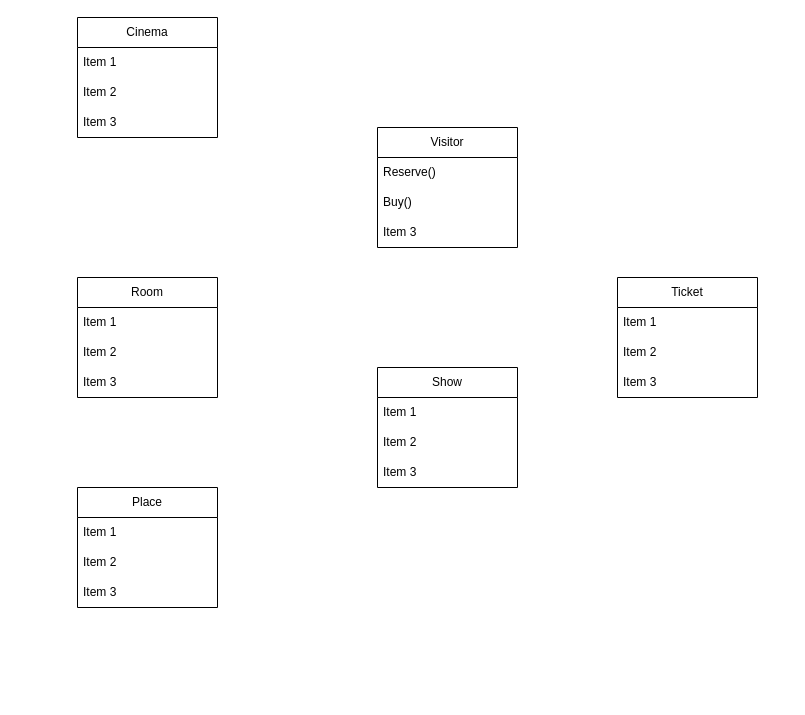
hitchhiker1986/OEP_bigFinalHomeWork keeps this draw.io diagram as Untitled Diagram.drawio. Above is the earlier version. Source tidied: cells renumbered, new cells numbered last; positions are measured from the earlier drawing's top-left corner, leaving out a move shared by most shapes. Both pictures are drawn from the tidied source at 100%, with x=0, y=0 at pixel (77, 17).
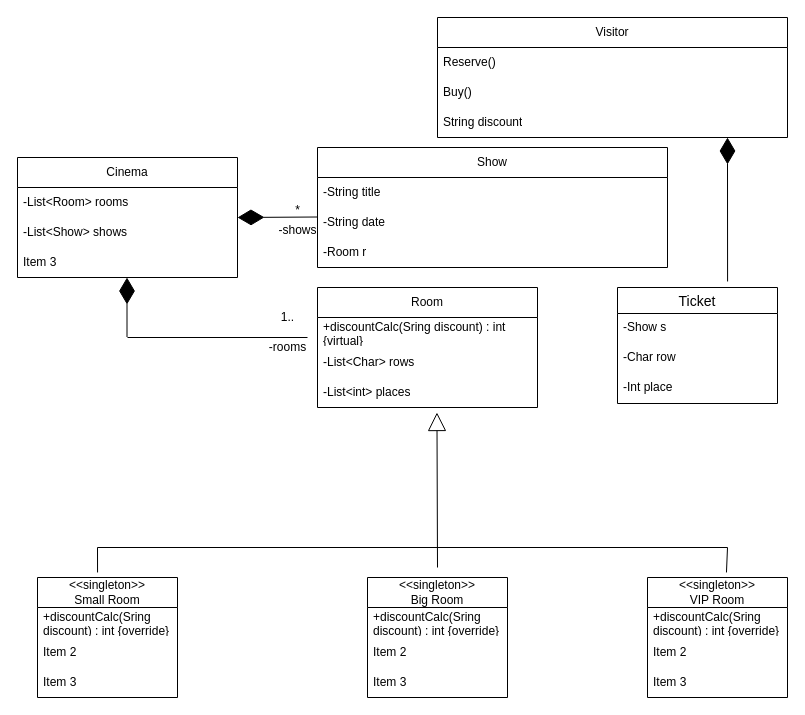
The same page after the edit.

Change to the diagram source:
```diff
@@
-    <mxCell id="2" value="Place" style="swimlane;fontStyle=0;horizontal=1;startSize=30;whiteSpace=wrap;html=1;" parent="1" vertex="1">
-      <mxGeometry y="470" width="140" height="120" as="geometry" />
-    </mxCell>
-    <mxCell id="3" value="Item 1" style="text;strokeColor=none;fillColor=none;align=left;verticalAlign=middle;spacingLeft=4;spacingRight=4;overflow=hidden;whiteSpace=wrap;html=1;" parent="2" vertex="1">
-      <mxGeometry y="30" width="140" height="30" as="geometry" />
-    </mxCell>
-    <mxCell id="4" value="Item 2" style="text;strokeColor=none;fillColor=none;align=left;verticalAlign=middle;spacingLeft=4;spacingRight=4;overflow=hidden;whiteSpace=wrap;html=1;" parent="2" vertex="1">
-      <mxGeometry y="60" width="140" height="30" as="geometry" />
-    </mxCell>
-    <mxCell id="5" value="Item 3" style="text;strokeColor=none;fillColor=none;align=left;verticalAlign=middle;spacingLeft=4;spacingRight=4;overflow=hidden;whiteSpace=wrap;html=1;" parent="2" vertex="1">
-      <mxGeometry y="90" width="140" height="30" as="geometry" />
-    </mxCell>
     <mxCell id="6" value="&lt;div&gt;Room&lt;/div&gt;" style="swimlane;fontStyle=0;horizontal=1;startSize=30;whiteSpace=wrap;html=1;" parent="1" vertex="1">
-      <mxGeometry y="260" width="140" height="120" as="geometry" />
+      <mxGeometry x="240" y="270" width="220" height="120" as="geometry" />
     </mxCell>
-    <mxCell id="7" value="Item 1" style="text;strokeColor=none;fillColor=none;align=left;verticalAlign=middle;spacingLeft=4;spacingRight=4;overflow=hidden;whiteSpace=wrap;html=1;" parent="6" vertex="1">
-      <mxGeometry y="30" width="140" height="30" as="geometry" />
+    <mxCell id="7" value="+discountCalc(Sring discount) : int {virtual}" style="text;strokeColor=none;fillColor=none;align=left;verticalAlign=middle;spacingLeft=4;spacingRight=4;overflow=hidden;whiteSpace=wrap;html=1;" parent="6" vertex="1">
+      <mxGeometry y="30" width="220" height="30" as="geometry" />
     </mxCell>
+    <mxCell id="26" style="endArrow=none;html=1;rounded=0;" parent="6" edge="1">
+      <mxGeometry relative="1" as="geometry">
+        <mxPoint x="-190" y="50" as="sourcePoint" />
+        <mxPoint x="-10" y="50" as="targetPoint" />
+      </mxGeometry>
+    </mxCell>
-    <mxCell id="8" value="Item 2" style="text;strokeColor=none;fillColor=none;align=left;verticalAlign=middle;spacingLeft=4;spacingRight=4;overflow=hidden;whiteSpace=wrap;html=1;" parent="6" vertex="1">
-      <mxGeometry y="60" width="140" height="30" as="geometry" />
+    <mxCell id="8" value="-List&amp;lt;Char&amp;gt; rows" style="text;strokeColor=none;fillColor=none;align=left;verticalAlign=middle;spacingLeft=4;spacingRight=4;overflow=hidden;whiteSpace=wrap;html=1;" parent="6" vertex="1">
+      <mxGeometry y="60" width="220" height="30" as="geometry" />
     </mxCell>
-    <mxCell id="9" value="Item 3" style="text;strokeColor=none;fillColor=none;align=left;verticalAlign=middle;spacingLeft=4;spacingRight=4;overflow=hidden;points=[[0,0.5],[1,0.5]];portConstraint=eastwest;whiteSpace=wrap;html=1;" parent="6" vertex="1">
-      <mxGeometry y="90" width="140" height="30" as="geometry" />
+    <mxCell id="9" value="-List&amp;lt;int&amp;gt; places" style="text;strokeColor=none;fillColor=none;align=left;verticalAlign=middle;spacingLeft=4;spacingRight=4;overflow=hidden;points=[[0,0.5],[1,0.5]];portConstraint=eastwest;whiteSpace=wrap;html=1;" parent="6" vertex="1">
+      <mxGeometry y="90" width="220" height="30" as="geometry" />
     </mxCell>
     <mxCell id="10" value="Visitor" style="swimlane;fontStyle=0;horizontal=1;startSize=30;whiteSpace=wrap;html=1;" parent="1" vertex="1">
-      <mxGeometry x="300" y="110" width="140" height="120" as="geometry" />
+      <mxGeometry x="360" width="350" height="120" as="geometry" />
     </mxCell>
     <mxCell id="11" value="Reserve()" style="text;strokeColor=none;fillColor=none;align=left;verticalAlign=middle;spacingLeft=4;spacingRight=4;overflow=hidden;whiteSpace=wrap;html=1;" parent="10" vertex="1">
-      <mxGeometry y="30" width="140" height="30" as="geometry" />
+      <mxGeometry y="30" width="350" height="30" as="geometry" />
     </mxCell>
     <mxCell id="12" value="Buy()" style="text;strokeColor=none;fillColor=none;align=left;verticalAlign=middle;spacingLeft=4;spacingRight=4;overflow=hidden;whiteSpace=wrap;html=1;" parent="10" vertex="1">
-      <mxGeometry y="60" width="140" height="30" as="geometry" />
+      <mxGeometry y="60" width="350" height="30" as="geometry" />
     </mxCell>
-    <mxCell id="13" value="Item 3" style="text;strokeColor=none;fillColor=none;align=left;verticalAlign=middle;spacingLeft=4;spacingRight=4;overflow=hidden;whiteSpace=wrap;html=1;" parent="10" vertex="1">
-      <mxGeometry y="90" width="140" height="30" as="geometry" />
+    <mxCell id="13" value="String discount" style="text;strokeColor=none;fillColor=none;align=left;verticalAlign=middle;spacingLeft=4;spacingRight=4;overflow=hidden;whiteSpace=wrap;html=1;" parent="10" vertex="1">
+      <mxGeometry y="90" width="350" height="30" as="geometry" />
     </mxCell>
-    <mxCell id="14" value="Ticket" style="swimlane;fontStyle=0;horizontal=1;startSize=30;whiteSpace=wrap;html=1;" parent="1" vertex="1">
-      <mxGeometry x="540" y="260" width="140" height="120" as="geometry" />
-    </mxCell>
-    <mxCell id="15" value="Item 1" style="text;strokeColor=none;fillColor=none;align=left;verticalAlign=middle;spacingLeft=4;spacingRight=4;overflow=hidden;whiteSpace=wrap;html=1;" parent="14" vertex="1">
-      <mxGeometry y="30" width="140" height="30" as="geometry" />
-    </mxCell>
-    <mxCell id="16" value="Item 2" style="text;strokeColor=none;fillColor=none;align=left;verticalAlign=middle;spacingLeft=4;spacingRight=4;overflow=hidden;whiteSpace=wrap;html=1;" parent="14" vertex="1">
-      <mxGeometry y="60" width="140" height="30" as="geometry" />
-    </mxCell>
-    <mxCell id="17" value="Item 3" style="text;strokeColor=none;fillColor=none;align=left;verticalAlign=middle;spacingLeft=4;spacingRight=4;overflow=hidden;whiteSpace=wrap;html=1;" parent="14" vertex="1">
-      <mxGeometry y="90" width="140" height="30" as="geometry" />
-    </mxCell>
     <mxCell id="18" value="Cinema" style="swimlane;fontStyle=0;horizontal=1;startSize=30;whiteSpace=wrap;html=1;" parent="1" vertex="1">
-      <mxGeometry width="140" height="120" as="geometry" />
+      <mxGeometry x="-60" y="140" width="220" height="120" as="geometry" />
     </mxCell>
-    <mxCell id="19" value="Item 1" style="text;strokeColor=none;fillColor=none;align=left;verticalAlign=middle;spacingLeft=4;spacingRight=4;overflow=hidden;whiteSpace=wrap;html=1;" parent="18" vertex="1">
-      <mxGeometry y="30" width="140" height="30" as="geometry" />
+    <mxCell id="19" value="-List&amp;lt;Room&amp;gt; rooms" style="text;strokeColor=none;fillColor=none;align=left;verticalAlign=middle;spacingLeft=4;spacingRight=4;overflow=hidden;whiteSpace=wrap;html=1;" parent="18" vertex="1">
+      <mxGeometry y="30" width="220" height="30" as="geometry" />
     </mxCell>
-    <mxCell id="20" value="Item 2" style="text;strokeColor=none;fillColor=none;align=left;verticalAlign=middle;spacingLeft=4;spacingRight=4;overflow=hidden;whiteSpace=wrap;html=1;" parent="18" vertex="1">
-      <mxGeometry y="60" width="140" height="30" as="geometry" />
+    <mxCell id="20" value="-List&amp;lt;Show&amp;gt; shows" style="text;strokeColor=none;fillColor=none;align=left;verticalAlign=middle;spacingLeft=4;spacingRight=4;overflow=hidden;whiteSpace=wrap;html=1;" parent="18" vertex="1">
+      <mxGeometry y="60" width="220" height="30" as="geometry" />
     </mxCell>
     <mxCell id="21" value="Item 3" style="text;strokeColor=none;fillColor=none;align=left;verticalAlign=middle;spacingLeft=4;spacingRight=4;overflow=hidden;whiteSpace=wrap;html=1;" parent="18" vertex="1">
-      <mxGeometry y="90" width="140" height="30" as="geometry" />
+      <mxGeometry y="90" width="220" height="30" as="geometry" />
     </mxCell>
     <mxCell id="22" value="Show" style="swimlane;fontStyle=0;horizontal=1;startSize=30;whiteSpace=wrap;html=1;" parent="1" vertex="1">
-      <mxGeometry x="300" y="350" width="140" height="120" as="geometry" />
+      <mxGeometry x="240" y="130" width="350" height="120" as="geometry" />
     </mxCell>
-    <mxCell id="23" value="Item 1" style="text;strokeColor=none;fillColor=none;align=left;verticalAlign=middle;spacingLeft=4;spacingRight=4;overflow=hidden;whiteSpace=wrap;html=1;" parent="22" vertex="1">
-      <mxGeometry y="30" width="140" height="30" as="geometry" />
+    <mxCell id="23" value="-String title" style="text;strokeColor=none;fillColor=none;align=left;verticalAlign=middle;spacingLeft=4;spacingRight=4;overflow=hidden;whiteSpace=wrap;html=1;" parent="22" vertex="1">
+      <mxGeometry y="30" width="350" height="30" as="geometry" />
     </mxCell>
-    <mxCell id="24" value="Item 2" style="text;strokeColor=none;fillColor=none;align=left;verticalAlign=middle;spacingLeft=4;spacingRight=4;overflow=hidden;whiteSpace=wrap;html=1;" parent="22" vertex="1">
-      <mxGeometry y="60" width="140" height="30" as="geometry" />
+    <mxCell id="24" value="-String date" style="text;strokeColor=none;fillColor=none;align=left;verticalAlign=middle;spacingLeft=4;spacingRight=4;overflow=hidden;whiteSpace=wrap;html=1;" parent="22" vertex="1">
+      <mxGeometry y="60" width="350" height="30" as="geometry" />
     </mxCell>
-    <mxCell id="25" value="Item 3" style="text;strokeColor=none;fillColor=none;align=left;verticalAlign=middle;spacingLeft=4;spacingRight=4;overflow=hidden;whiteSpace=wrap;html=1;" parent="22" vertex="1">
-      <mxGeometry y="90" width="140" height="30" as="geometry" />
+    <mxCell id="25" value="-Room r" style="text;strokeColor=none;fillColor=none;align=left;verticalAlign=middle;spacingLeft=4;spacingRight=4;overflow=hidden;whiteSpace=wrap;html=1;" parent="22" vertex="1">
+      <mxGeometry y="90" width="350" height="30" as="geometry" />
     </mxCell>
+    <mxCell id="27" value="&amp;lt;&amp;lt;singleton&amp;gt;&amp;gt;&lt;br&gt;&lt;div&gt;Small Room&lt;/div&gt;" style="swimlane;fontStyle=0;horizontal=1;startSize=30;whiteSpace=wrap;html=1;" parent="1" vertex="1">
+      <mxGeometry x="-40" y="560" width="140" height="120" as="geometry" />
+    </mxCell>
+    <mxCell id="28" value="+discountCalc(Sring discount) : int {override}" style="text;strokeColor=none;fillColor=none;align=left;verticalAlign=middle;spacingLeft=4;spacingRight=4;overflow=hidden;whiteSpace=wrap;html=1;" parent="27" vertex="1">
+      <mxGeometry y="30" width="140" height="30" as="geometry" />
+    </mxCell>
+    <mxCell id="29" value="Item 2" style="text;strokeColor=none;fillColor=none;align=left;verticalAlign=middle;spacingLeft=4;spacingRight=4;overflow=hidden;whiteSpace=wrap;html=1;" parent="27" vertex="1">
+      <mxGeometry y="60" width="140" height="30" as="geometry" />
+    </mxCell>
+    <mxCell id="30" value="Item 3" style="text;strokeColor=none;fillColor=none;align=left;verticalAlign=middle;spacingLeft=4;spacingRight=4;overflow=hidden;whiteSpace=wrap;html=1;" parent="27" vertex="1">
+      <mxGeometry y="90" width="140" height="30" as="geometry" />
+    </mxCell>
+    <mxCell id="31" value="&lt;div&gt;&amp;lt;&amp;lt;singleton&amp;gt;&amp;gt;&lt;/div&gt;&lt;div&gt;Big Room&lt;/div&gt;" style="swimlane;fontStyle=0;horizontal=1;startSize=30;whiteSpace=wrap;html=1;" parent="1" vertex="1">
+      <mxGeometry x="290" y="560" width="140" height="120" as="geometry" />
+    </mxCell>
+    <mxCell id="32" value="+discountCalc(Sring discount) : int {override}" style="text;strokeColor=none;fillColor=none;align=left;verticalAlign=middle;spacingLeft=4;spacingRight=4;overflow=hidden;whiteSpace=wrap;html=1;" parent="31" vertex="1">
+      <mxGeometry y="30" width="140" height="30" as="geometry" />
+    </mxCell>
+    <mxCell id="33" value="Item 2" style="text;strokeColor=none;fillColor=none;align=left;verticalAlign=middle;spacingLeft=4;spacingRight=4;overflow=hidden;whiteSpace=wrap;html=1;" parent="31" vertex="1">
+      <mxGeometry y="60" width="140" height="30" as="geometry" />
+    </mxCell>
+    <mxCell id="34" value="Item 3" style="text;strokeColor=none;fillColor=none;align=left;verticalAlign=middle;spacingLeft=4;spacingRight=4;overflow=hidden;whiteSpace=wrap;html=1;" parent="31" vertex="1">
+      <mxGeometry y="90" width="140" height="30" as="geometry" />
+    </mxCell>
+    <mxCell id="35" value="&amp;lt;&amp;lt;singleton&amp;gt;&amp;gt;&lt;div&gt;VIP Room&lt;/div&gt;" style="swimlane;fontStyle=0;horizontal=1;startSize=30;whiteSpace=wrap;html=1;" parent="1" vertex="1">
+      <mxGeometry x="570" y="560" width="140" height="120" as="geometry" />
+    </mxCell>
+    <mxCell id="36" value="+discountCalc(Sring discount) : int {override}" style="text;strokeColor=none;fillColor=none;align=left;verticalAlign=middle;spacingLeft=4;spacingRight=4;overflow=hidden;whiteSpace=wrap;html=1;" parent="35" vertex="1">
+      <mxGeometry y="30" width="140" height="30" as="geometry" />
+    </mxCell>
+    <mxCell id="37" value="Item 2" style="text;strokeColor=none;fillColor=none;align=left;verticalAlign=middle;spacingLeft=4;spacingRight=4;overflow=hidden;whiteSpace=wrap;html=1;" parent="35" vertex="1">
+      <mxGeometry y="60" width="140" height="30" as="geometry" />
+    </mxCell>
+    <mxCell id="38" value="Item 3" style="text;strokeColor=none;fillColor=none;align=left;verticalAlign=middle;spacingLeft=4;spacingRight=4;overflow=hidden;whiteSpace=wrap;html=1;" parent="35" vertex="1">
+      <mxGeometry y="90" width="140" height="30" as="geometry" />
+    </mxCell>
+    <mxCell id="39" style="endArrow=block;endSize=16;endFill=0;html=1;rounded=0;entryX=0.543;entryY=1.167;entryDx=0;entryDy=0;entryPerimeter=0;" parent="1" edge="1" target="9">
+      <mxGeometry relative="1" as="geometry">
+        <mxPoint x="360" y="550" as="sourcePoint" />
+      </mxGeometry>
+    </mxCell>
+    <mxCell id="40" style="endArrow=none;html=1;rounded=0;" parent="1" edge="1">
+      <mxGeometry relative="1" as="geometry">
+        <mxPoint x="20" y="530" as="sourcePoint" />
+        <mxPoint x="650" y="530" as="targetPoint" />
+      </mxGeometry>
+    </mxCell>
+    <mxCell id="41" style="endArrow=none;html=1;rounded=0;exitX=0.429;exitY=-0.042;exitDx=0;exitDy=0;exitPerimeter=0;" parent="1" edge="1" source="27">
+      <mxGeometry relative="1" as="geometry">
+        <mxPoint x="20" y="530" as="targetPoint" />
+      </mxGeometry>
+    </mxCell>
+    <mxCell id="42" style="endArrow=none;html=1;rounded=0;entryX=0.564;entryY=-0.042;entryDx=0;entryDy=0;entryPerimeter=0;" parent="1" edge="1" target="35">
+      <mxGeometry relative="1" as="geometry">
+        <mxPoint x="650" y="530" as="sourcePoint" />
+      </mxGeometry>
+    </mxCell>
+    <mxCell id="43" style="endArrow=diamondThin;endFill=1;endSize=24;html=1;rounded=0;" parent="1" edge="1">
+      <mxGeometry relative="1" as="geometry">
+        <mxPoint x="240" y="199.5" as="sourcePoint" />
+        <mxPoint x="160" y="200" as="targetPoint" />
+      </mxGeometry>
+    </mxCell>
+    <mxCell id="44" style="endArrow=diamondThin;endFill=1;endSize=24;html=1;rounded=0;" parent="1" edge="1">
+      <mxGeometry relative="1" as="geometry">
+        <mxPoint x="49.5" y="319.5" as="sourcePoint" />
+        <mxPoint x="49.5" y="260" as="targetPoint" />
+      </mxGeometry>
+    </mxCell>
+    <mxCell id="45" value="-rooms" style="text;html=1;align=center;verticalAlign=middle;strokeColor=none;fillColor=none;" parent="1" vertex="1">
+      <mxGeometry x="180" y="315" width="60" height="30" as="geometry" />
+    </mxCell>
+    <mxCell id="46" value="1.." style="text;html=1;align=center;verticalAlign=middle;strokeColor=none;fillColor=none;" parent="1" vertex="1">
+      <mxGeometry x="190" y="285" width="40" height="30" as="geometry" />
+    </mxCell>
+    <mxCell id="47" value="&lt;div&gt;-shows&lt;/div&gt;" style="text;html=1;align=center;verticalAlign=middle;strokeColor=none;fillColor=none;" parent="1" vertex="1">
+      <mxGeometry x="190" y="198" width="60" height="30" as="geometry" />
+    </mxCell>
+    <mxCell id="48" value="*" style="text;html=1;align=center;verticalAlign=middle;strokeColor=none;fillColor=none;" parent="1" vertex="1">
+      <mxGeometry x="205" y="178" width="30" height="30" as="geometry" />
+    </mxCell>
+    <mxCell id="14" value="Ticket" style="swimlane;fontStyle=0;horizontal=1;startSize=26;align=center;fontSize=14;" parent="1" vertex="1">
+      <mxGeometry x="540" y="270" width="160" height="116" as="geometry" />
+    </mxCell>
+    <mxCell id="49" value="-Show s" style="text;strokeColor=none;fillColor=none;spacingLeft=4;spacingRight=4;overflow=hidden;fontSize=12;whiteSpace=wrap;html=1;" parent="14" vertex="1">
+      <mxGeometry y="26" width="160" height="30" as="geometry" />
+    </mxCell>
+    <mxCell id="50" value="-Char row" style="text;strokeColor=none;fillColor=none;spacingLeft=4;spacingRight=4;overflow=hidden;fontSize=12;whiteSpace=wrap;html=1;" parent="14" vertex="1">
+      <mxGeometry y="56" width="160" height="30" as="geometry" />
+    </mxCell>
+    <mxCell id="51" value="-Int place" style="text;strokeColor=none;fillColor=none;spacingLeft=4;spacingRight=4;overflow=hidden;fontSize=12;whiteSpace=wrap;html=1;" parent="14" vertex="1">
+      <mxGeometry y="86" width="160" height="30" as="geometry" />
+    </mxCell>
+    <mxCell id="52" style="endArrow=diamondThin;endFill=1;endSize=24;html=1;rounded=0;exitX=0.688;exitY=-0.052;exitDx=0;exitDy=0;exitPerimeter=0;" parent="1" edge="1" source="14">
+      <mxGeometry relative="1" as="geometry">
+        <mxPoint x="650" y="120" as="targetPoint" />
+      </mxGeometry>
+    </mxCell>
```
